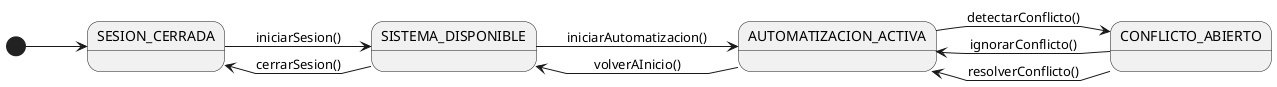
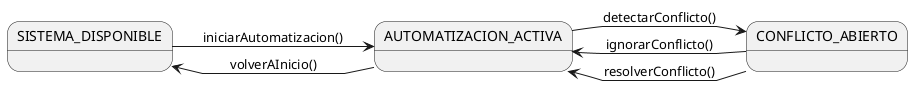
@startuml DiagramaContextoTiempo
left to right direction
skinparam linetype polyline

- state "SESION_CERRADA" as NoAuth
state "SISTEMA_DISPONIBLE" as Menu

state "AUTOMATIZACION_ACTIVA" as Auto
state "CONFLICTO_ABIERTO" as Conflict

- [*] --> NoAuth
- 
- NoAuth --> Menu : iniciarSesion()
- 
- Menu --> NoAuth : cerrarSesion()
Menu --> Auto: iniciarAutomatizacion()

Auto --> Conflict: detectarConflicto()

Conflict --> Auto: ignorarConflicto()
Conflict --> Auto: resolverConflicto()

Auto --> Menu: volverAInicio()
@enduml